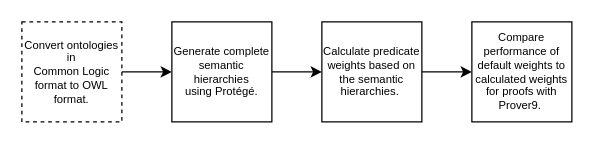
This is figures/flowchart.drawio.xml from stanleysmall/thesis, a draw.io file, before an edit. Source tidied: cells renumbered, new cells numbered last; positions are measured from the earlier drawing's top-left corner, leaving out a move shared by most shapes. Both pictures are drawn from the tidied source at 125%, with x=0, y=0 at pixel (21, 21).
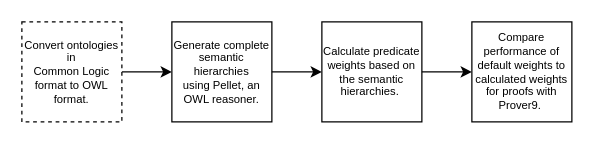
The same page after the edit.

Change to the diagram source:
```diff
@@
 <mxGraphModel>
   <root>
     <mxCell id="0" />
     <mxCell id="1" parent="0" />
     <mxCell id="2" value="Convert ontologies in&lt;br style=&quot;font-size: 9px;&quot;&gt;Common Logic format to OWL format.&lt;br style=&quot;font-size: 9px;&quot;&gt;" style="whiteSpace=wrap;html=1;dashed=1;fontSize=9;" parent="1" vertex="1">
       <mxGeometry width="80" height="80" as="geometry" />
     </mxCell>
     <mxCell id="3" style="endArrow=classic;html=1;exitX=1;exitY=0.5;exitDx=0;exitDy=0;entryX=0;entryY=0.5;entryDx=0;entryDy=0;" parent="1" edge="1" source="2">
       <mxGeometry relative="1" as="geometry">
         <mxPoint x="120" y="40" as="targetPoint" />
       </mxGeometry>
     </mxCell>
-    <mxCell id="4" value="Generate complete semantic hierarchies using&amp;nbsp;&lt;span style=&quot;font-size: 9px;&quot;&gt;Protégé.&lt;/span&gt;" style="whiteSpace=wrap;html=1;fontSize=9;" parent="1" vertex="1">
+    <mxCell id="4" value="Generate complete semantic hierarchies using&amp;nbsp;&lt;span style=&quot;font-size: 9px&quot;&gt;Pellet, an OWL reasoner.&lt;/span&gt;" style="whiteSpace=wrap;html=1;fontSize=9;" parent="1" vertex="1">
       <mxGeometry x="120" width="80" height="80" as="geometry" />
     </mxCell>
     <mxCell id="5" value="Calculate predicate weights based on the semantic hierarchies.&amp;nbsp;" style="whiteSpace=wrap;html=1;fontSize=9;" parent="1" vertex="1">
       <mxGeometry x="240" width="80" height="80" as="geometry" />
     </mxCell>
     <mxCell id="6" style="endArrow=classic;html=1;exitX=1;exitY=0.5;exitDx=0;exitDy=0;entryX=0;entryY=0.5;entryDx=0;entryDy=0;" parent="1" edge="1" source="4" target="5">
       <mxGeometry relative="1" as="geometry" />
     </mxCell>
     <mxCell id="7" value="Compare performance of default weights to calculated weights for proofs with Prover9.&amp;nbsp;" style="whiteSpace=wrap;html=1;fontSize=9;" parent="1" vertex="1">
       <mxGeometry x="360" width="80" height="80" as="geometry" />
     </mxCell>
     <mxCell id="8" style="endArrow=classic;html=1;exitX=1;exitY=0.5;exitDx=0;exitDy=0;entryX=0;entryY=0.5;entryDx=0;entryDy=0;" parent="1" edge="1" source="5" target="7">
       <mxGeometry relative="1" as="geometry" />
     </mxCell>
   </root>
 </mxGraphModel>
```
